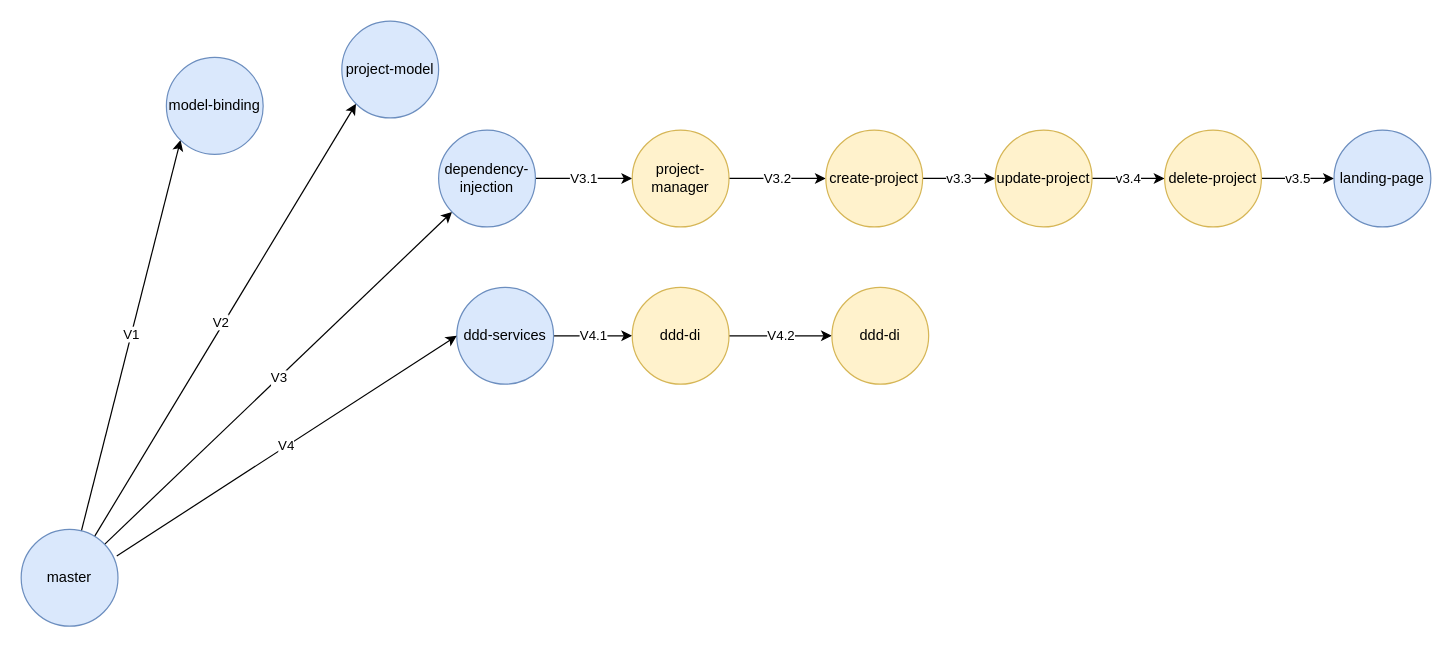
The draw.io diagram PIS.drawio in zcomert/project-information-system, before the edit. Source tidied: cells renumbered, new cells numbered last; positions are measured from the earlier drawing's top-left corner, leaving out a move shared by most shapes. Both pictures are drawn from the tidied source at 121%, with x=0, y=0 at pixel (21, 21).
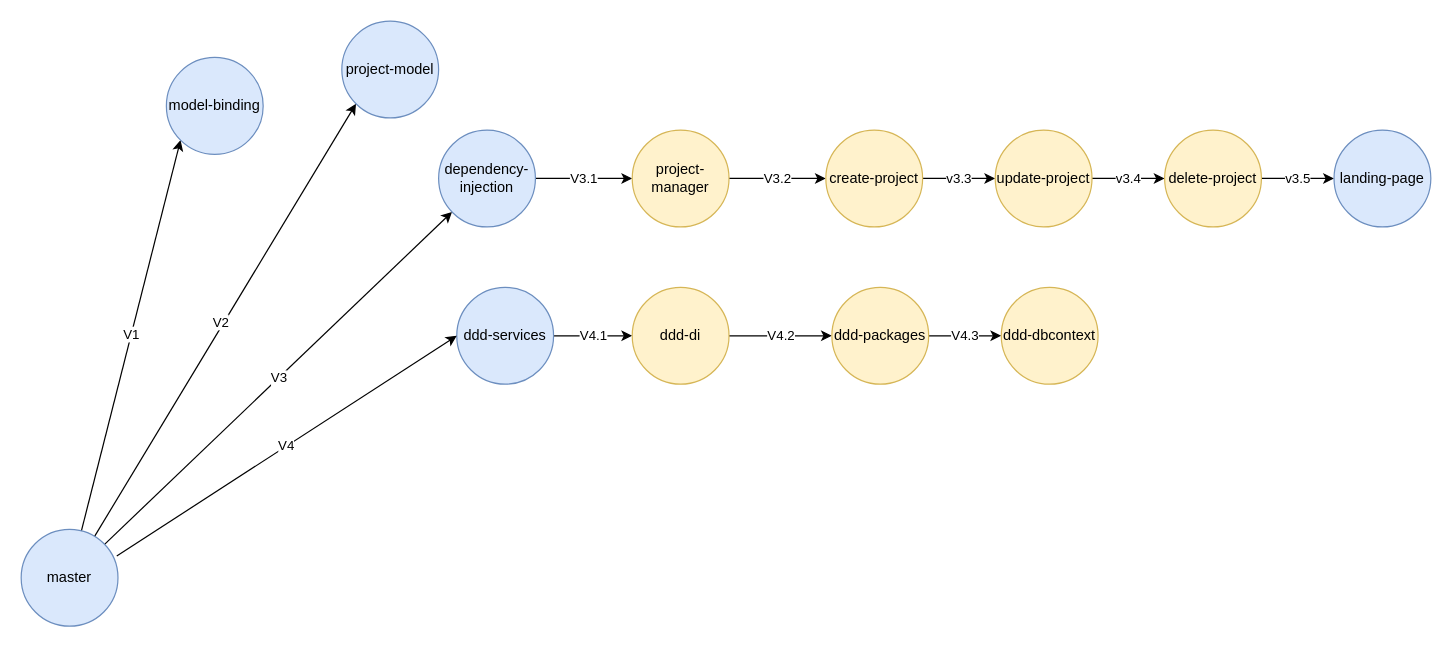
After the change.

Diff of the diagram source:
```diff
@@
+    <mxCell id="27" value="V4.3" style="edgeStyle=orthogonalEdgeStyle;rounded=0;jettySize=auto;html=1;" parent="1" edge="1" source="26" target="28">
+      <mxGeometry relative="1" as="geometry" />
+    </mxCell>
-    <mxCell id="26" value="ddd-di" style="ellipse;whiteSpace=wrap;html=1;fillColor=#fff2cc;strokeColor=#d6b656;" parent="1" vertex="1">
+    <mxCell id="26" value="ddd-packages" style="ellipse;whiteSpace=wrap;html=1;fillColor=#fff2cc;strokeColor=#d6b656;" parent="1" vertex="1">
       <mxGeometry x="670" y="220" width="80" height="80" as="geometry" />
     </mxCell>
+    <mxCell id="28" value="ddd-dbcontext" style="ellipse;whiteSpace=wrap;html=1;fillColor=#fff2cc;strokeColor=#d6b656;" parent="1" vertex="1">
+      <mxGeometry x="810" y="220" width="80" height="80" as="geometry" />
+    </mxCell>
```
